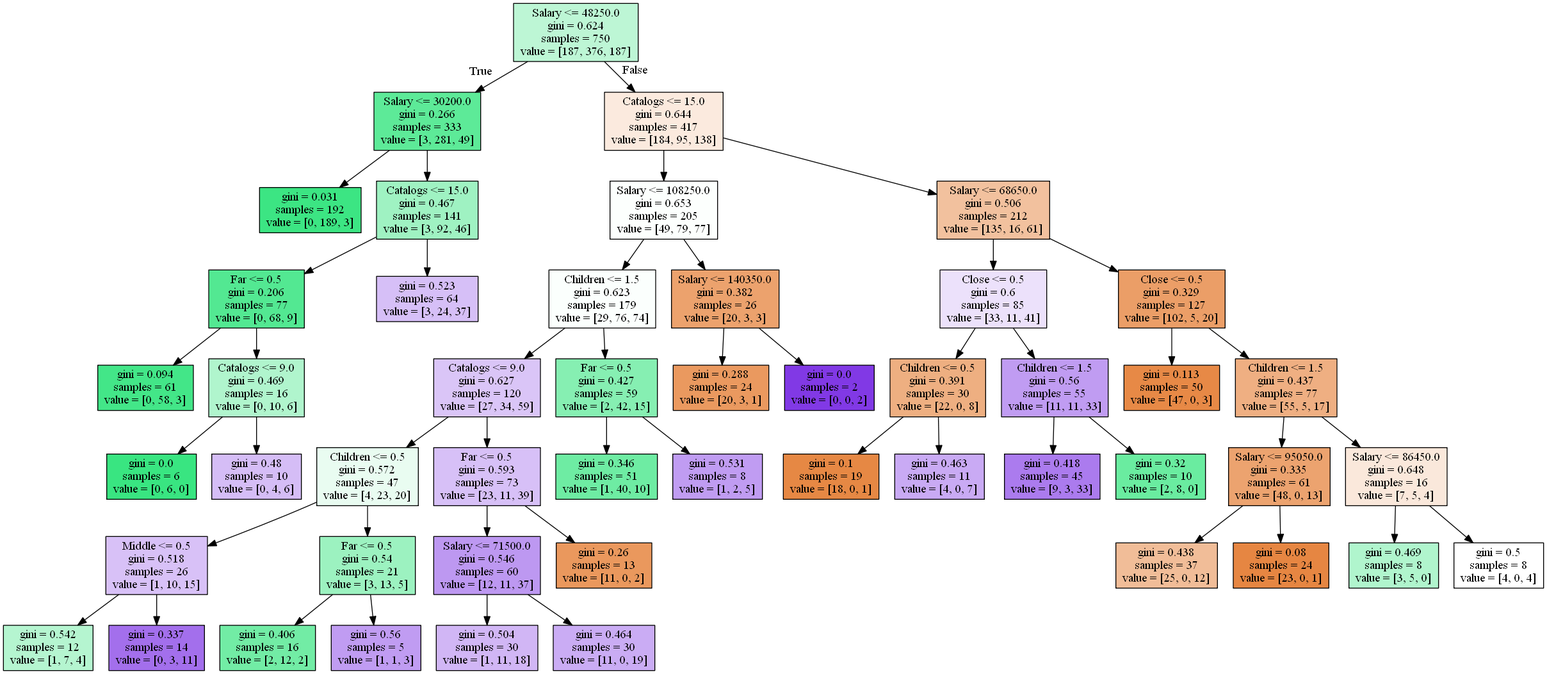
Above: tree.png in cvibanez/dsc630Project (Graphviz), before the change. Its source is kept beside it as tree.dot. The source it was exported from:
```dot
digraph Tree {
node [shape=box, style="filled", color="black"] ;
0 [label="Salary <= 48250.0\ngini = 0.624\nsamples = 750\nvalue = [187, 376, 187]", fillcolor="#bdf6d5"] ;
1 [label="Salary <= 30200.0\ngini = 0.266\nsamples = 333\nvalue = [3, 281, 49]", fillcolor="#5dea98"] ;
0 -> 1 [labeldistance=2.5, labelangle=45, headlabel="True"] ;
5 [label="gini = 0.031\nsamples = 192\nvalue = [0, 189, 3]", fillcolor="#3ce583"] ;
1 -> 5 ;
6 [label="Catalogs <= 15.0\ngini = 0.467\nsamples = 141\nvalue = [3, 92, 46]", fillcolor="#9ff2c2"] ;
1 -> 6 ;
7 [label="Far <= 0.5\ngini = 0.206\nsamples = 77\nvalue = [0, 68, 9]", fillcolor="#53e892"] ;
6 -> 7 ;
31 [label="gini = 0.094\nsamples = 61\nvalue = [0, 58, 3]", fillcolor="#43e688"] ;
7 -> 31 ;
32 [label="Catalogs <= 9.0\ngini = 0.469\nsamples = 16\nvalue = [0, 10, 6]", fillcolor="#b0f5cd"] ;
7 -> 32 ;
33 [label="gini = 0.0\nsamples = 6\nvalue = [0, 6, 0]", fillcolor="#39e581"] ;
32 -> 33 ;
34 [label="gini = 0.48\nsamples = 10\nvalue = [0, 4, 6]", fillcolor="#d5bdf6"] ;
32 -> 34 ;
8 [label="gini = 0.523\nsamples = 64\nvalue = [3, 24, 37]", fillcolor="#d6bff7"] ;
6 -> 8 ;
2 [label="Catalogs <= 15.0\ngini = 0.644\nsamples = 417\nvalue = [184, 95, 138]", fillcolor="#fbeade"] ;
0 -> 2 [labeldistance=2.5, labelangle=-45, headlabel="False"] ;
3 [label="Salary <= 108250.0\ngini = 0.653\nsamples = 205\nvalue = [49, 79, 77]", fillcolor="#fcfffd"] ;
2 -> 3 ;
11 [label="Children <= 1.5\ngini = 0.623\nsamples = 179\nvalue = [29, 76, 74]", fillcolor="#fbfffd"] ;
3 -> 11 ;
13 [label="Catalogs <= 9.0\ngini = 0.627\nsamples = 120\nvalue = [27, 34, 59]", fillcolor="#dac5f7"] ;
11 -> 13 ;
19 [label="Children <= 0.5\ngini = 0.572\nsamples = 47\nvalue = [4, 23, 20]", fillcolor="#e9fcf1"] ;
13 -> 19 ;
43 [label="Middle <= 0.5\ngini = 0.518\nsamples = 26\nvalue = [1, 10, 15]", fillcolor="#d8c1f7"] ;
19 -> 43 ;
45 [label="gini = 0.542\nsamples = 12\nvalue = [1, 7, 4]", fillcolor="#b5f5d0"] ;
43 -> 45 ;
46 [label="gini = 0.337\nsamples = 14\nvalue = [0, 3, 11]", fillcolor="#a36fec"] ;
43 -> 46 ;
44 [label="Far <= 0.5\ngini = 0.54\nsamples = 21\nvalue = [3, 13, 5]", fillcolor="#9cf2c0"] ;
19 -> 44 ;
47 [label="gini = 0.406\nsamples = 16\nvalue = [2, 12, 2]", fillcolor="#72eca5"] ;
44 -> 47 ;
48 [label="gini = 0.56\nsamples = 5\nvalue = [1, 1, 3]", fillcolor="#c09cf2"] ;
44 -> 48 ;
20 [label="Far <= 0.5\ngini = 0.593\nsamples = 73\nvalue = [23, 11, 39]", fillcolor="#d7c0f7"] ;
13 -> 20 ;
21 [label="Salary <= 71500.0\ngini = 0.546\nsamples = 60\nvalue = [12, 11, 37]", fillcolor="#bd98f1"] ;
20 -> 21 ;
25 [label="gini = 0.504\nsamples = 30\nvalue = [1, 11, 18]", fillcolor="#d1b6f5"] ;
21 -> 25 ;
26 [label="gini = 0.464\nsamples = 30\nvalue = [11, 0, 19]", fillcolor="#caacf4"] ;
21 -> 26 ;
22 [label="gini = 0.26\nsamples = 13\nvalue = [11, 0, 2]", fillcolor="#ea985d"] ;
20 -> 22 ;
14 [label="Far <= 0.5\ngini = 0.427\nsamples = 59\nvalue = [2, 42, 15]", fillcolor="#86efb2"] ;
11 -> 14 ;
27 [label="gini = 0.346\nsamples = 51\nvalue = [1, 40, 10]", fillcolor="#6eeca3"] ;
14 -> 27 ;
28 [label="gini = 0.531\nsamples = 8\nvalue = [1, 2, 5]", fillcolor="#c09cf2"] ;
14 -> 28 ;
12 [label="Salary <= 140350.0\ngini = 0.382\nsamples = 26\nvalue = [20, 3, 3]", fillcolor="#eca26d"] ;
3 -> 12 ;
29 [label="gini = 0.288\nsamples = 24\nvalue = [20, 3, 1]", fillcolor="#ea995f"] ;
12 -> 29 ;
30 [label="gini = 0.0\nsamples = 2\nvalue = [0, 0, 2]", fillcolor="#8139e5"] ;
12 -> 30 ;
4 [label="Salary <= 68650.0\ngini = 0.506\nsamples = 212\nvalue = [135, 16, 61]", fillcolor="#f2c19e"] ;
2 -> 4 ;
9 [label="Close <= 0.5\ngini = 0.6\nsamples = 85\nvalue = [33, 11, 41]", fillcolor="#ece1fb"] ;
4 -> 9 ;
15 [label="Children <= 0.5\ngini = 0.391\nsamples = 30\nvalue = [22, 0, 8]", fillcolor="#eeaf81"] ;
9 -> 15 ;
23 [label="gini = 0.1\nsamples = 19\nvalue = [18, 0, 1]", fillcolor="#e68844"] ;
15 -> 23 ;
24 [label="gini = 0.463\nsamples = 11\nvalue = [4, 0, 7]", fillcolor="#c9aaf4"] ;
15 -> 24 ;
16 [label="Children <= 1.5\ngini = 0.56\nsamples = 55\nvalue = [11, 11, 33]", fillcolor="#c09cf2"] ;
9 -> 16 ;
17 [label="gini = 0.418\nsamples = 45\nvalue = [9, 3, 33]", fillcolor="#ab7bee"] ;
16 -> 17 ;
18 [label="gini = 0.32\nsamples = 10\nvalue = [2, 8, 0]", fillcolor="#6aeca0"] ;
16 -> 18 ;
10 [label="Close <= 0.5\ngini = 0.329\nsamples = 127\nvalue = [102, 5, 20]", fillcolor="#eb9e67"] ;
4 -> 10 ;
35 [label="gini = 0.113\nsamples = 50\nvalue = [47, 0, 3]", fillcolor="#e78946"] ;
10 -> 35 ;
36 [label="Children <= 1.5\ngini = 0.437\nsamples = 77\nvalue = [55, 5, 17]", fillcolor="#efaf82"] ;
10 -> 36 ;
37 [label="Salary <= 95050.0\ngini = 0.335\nsamples = 61\nvalue = [48, 0, 13]", fillcolor="#eca36f"] ;
36 -> 37 ;
41 [label="gini = 0.438\nsamples = 37\nvalue = [25, 0, 12]", fillcolor="#f1bd98"] ;
37 -> 41 ;
42 [label="gini = 0.08\nsamples = 24\nvalue = [23, 0, 1]", fillcolor="#e68642"] ;
37 -> 42 ;
38 [label="Salary <= 86450.0\ngini = 0.648\nsamples = 16\nvalue = [7, 5, 4]", fillcolor="#fae8db"] ;
36 -> 38 ;
39 [label="gini = 0.469\nsamples = 8\nvalue = [3, 5, 0]", fillcolor="#b0f5cd"] ;
38 -> 39 ;
40 [label="gini = 0.5\nsamples = 8\nvalue = [4, 0, 4]", fillcolor="#ffffff"] ;
38 -> 40 ;
}
```
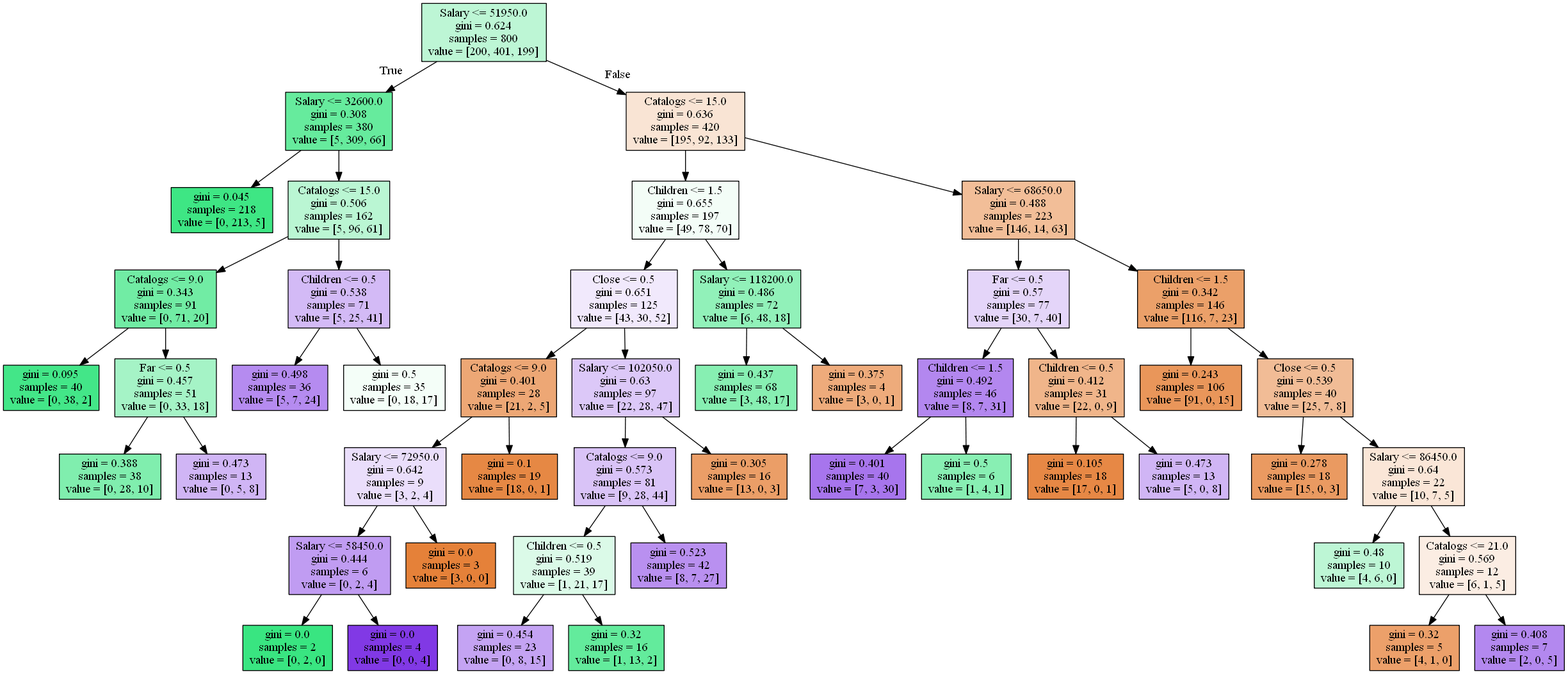
After the change.

Change to the diagram source:
```diff
@@ -1,100 +1,100 @@
 digraph Tree {
 node [shape=box, style="filled", color="black"] ;
-0 [label="Salary <= 48250.0\ngini = 0.624\nsamples = 750\nvalue = [187, 376, 187]", fillcolor="#bdf6d5"] ;
-1 [label="Salary <= 30200.0\ngini = 0.266\nsamples = 333\nvalue = [3, 281, 49]", fillcolor="#5dea98"] ;
+0 [label="Salary <= 51950.0\ngini = 0.624\nsamples = 800\nvalue = [200, 401, 199]", fillcolor="#bdf6d5"] ;
+1 [label="Salary <= 32600.0\ngini = 0.308\nsamples = 380\nvalue = [5, 309, 66]", fillcolor="#66eb9d"] ;
 0 -> 1 [labeldistance=2.5, labelangle=45, headlabel="True"] ;
-5 [label="gini = 0.031\nsamples = 192\nvalue = [0, 189, 3]", fillcolor="#3ce583"] ;
+5 [label="gini = 0.045\nsamples = 218\nvalue = [0, 213, 5]", fillcolor="#3ee684"] ;
 1 -> 5 ;
-6 [label="Catalogs <= 15.0\ngini = 0.467\nsamples = 141\nvalue = [3, 92, 46]", fillcolor="#9ff2c2"] ;
+6 [label="Catalogs <= 15.0\ngini = 0.506\nsamples = 162\nvalue = [5, 96, 61]", fillcolor="#baf6d3"] ;
 1 -> 6 ;
-7 [label="Far <= 0.5\ngini = 0.206\nsamples = 77\nvalue = [0, 68, 9]", fillcolor="#53e892"] ;
-6 -> 7 ;
-31 [label="gini = 0.094\nsamples = 61\nvalue = [0, 58, 3]", fillcolor="#43e688"] ;
-7 -> 31 ;
-32 [label="Catalogs <= 9.0\ngini = 0.469\nsamples = 16\nvalue = [0, 10, 6]", fillcolor="#b0f5cd"] ;
-7 -> 32 ;
-33 [label="gini = 0.0\nsamples = 6\nvalue = [0, 6, 0]", fillcolor="#39e581"] ;
-32 -> 33 ;
-34 [label="gini = 0.48\nsamples = 10\nvalue = [0, 4, 6]", fillcolor="#d5bdf6"] ;
-32 -> 34 ;
-8 [label="gini = 0.523\nsamples = 64\nvalue = [3, 24, 37]", fillcolor="#d6bff7"] ;
-6 -> 8 ;
-2 [label="Catalogs <= 15.0\ngini = 0.644\nsamples = 417\nvalue = [184, 95, 138]", fillcolor="#fbeade"] ;
+11 [label="Catalogs <= 9.0\ngini = 0.343\nsamples = 91\nvalue = [0, 71, 20]", fillcolor="#71eca4"] ;
+6 -> 11 ;
+25 [label="gini = 0.095\nsamples = 40\nvalue = [0, 38, 2]", fillcolor="#43e688"] ;
+11 -> 25 ;
+26 [label="Far <= 0.5\ngini = 0.457\nsamples = 51\nvalue = [0, 33, 18]", fillcolor="#a5f3c6"] ;
+11 -> 26 ;
+45 [label="gini = 0.388\nsamples = 38\nvalue = [0, 28, 10]", fillcolor="#80eeae"] ;
+26 -> 45 ;
+46 [label="gini = 0.473\nsamples = 13\nvalue = [0, 5, 8]", fillcolor="#d0b5f5"] ;
+26 -> 46 ;
+12 [label="Children <= 0.5\ngini = 0.538\nsamples = 71\nvalue = [5, 25, 41]", fillcolor="#d3baf6"] ;
+6 -> 12 ;
+35 [label="gini = 0.498\nsamples = 36\nvalue = [5, 7, 24]", fillcolor="#b58bf0"] ;
+12 -> 35 ;
+36 [label="gini = 0.5\nsamples = 35\nvalue = [0, 18, 17]", fillcolor="#f4fef8"] ;
+12 -> 36 ;
+2 [label="Catalogs <= 15.0\ngini = 0.636\nsamples = 420\nvalue = [195, 92, 133]", fillcolor="#f9e4d4"] ;
 0 -> 2 [labeldistance=2.5, labelangle=-45, headlabel="False"] ;
-3 [label="Salary <= 108250.0\ngini = 0.653\nsamples = 205\nvalue = [49, 79, 77]", fillcolor="#fcfffd"] ;
+3 [label="Children <= 1.5\ngini = 0.655\nsamples = 197\nvalue = [49, 78, 70]", fillcolor="#f3fdf7"] ;
 2 -> 3 ;
-11 [label="Children <= 1.5\ngini = 0.623\nsamples = 179\nvalue = [29, 76, 74]", fillcolor="#fbfffd"] ;
-3 -> 11 ;
-13 [label="Catalogs <= 9.0\ngini = 0.627\nsamples = 120\nvalue = [27, 34, 59]", fillcolor="#dac5f7"] ;
-11 -> 13 ;
-19 [label="Children <= 0.5\ngini = 0.572\nsamples = 47\nvalue = [4, 23, 20]", fillcolor="#e9fcf1"] ;
-13 -> 19 ;
-43 [label="Middle <= 0.5\ngini = 0.518\nsamples = 26\nvalue = [1, 10, 15]", fillcolor="#d8c1f7"] ;
-19 -> 43 ;
-45 [label="gini = 0.542\nsamples = 12\nvalue = [1, 7, 4]", fillcolor="#b5f5d0"] ;
-43 -> 45 ;
-46 [label="gini = 0.337\nsamples = 14\nvalue = [0, 3, 11]", fillcolor="#a36fec"] ;
-43 -> 46 ;
-44 [label="Far <= 0.5\ngini = 0.54\nsamples = 21\nvalue = [3, 13, 5]", fillcolor="#9cf2c0"] ;
-19 -> 44 ;
-47 [label="gini = 0.406\nsamples = 16\nvalue = [2, 12, 2]", fillcolor="#72eca5"] ;
+9 [label="Close <= 0.5\ngini = 0.651\nsamples = 125\nvalue = [43, 30, 52]", fillcolor="#f1e9fc"] ;
+3 -> 9 ;
+13 [label="Catalogs <= 9.0\ngini = 0.401\nsamples = 28\nvalue = [21, 2, 5]", fillcolor="#eda775"] ;
+9 -> 13 ;
+31 [label="Salary <= 72950.0\ngini = 0.642\nsamples = 9\nvalue = [3, 2, 4]", fillcolor="#eadefb"] ;
+13 -> 31 ;
+33 [label="Salary <= 58450.0\ngini = 0.444\nsamples = 6\nvalue = [0, 2, 4]", fillcolor="#c09cf2"] ;
+31 -> 33 ;
+37 [label="gini = 0.0\nsamples = 2\nvalue = [0, 2, 0]", fillcolor="#39e581"] ;
+33 -> 37 ;
+38 [label="gini = 0.0\nsamples = 4\nvalue = [0, 0, 4]", fillcolor="#8139e5"] ;
+33 -> 38 ;
+34 [label="gini = 0.0\nsamples = 3\nvalue = [3, 0, 0]", fillcolor="#e58139"] ;
+31 -> 34 ;
+32 [label="gini = 0.1\nsamples = 19\nvalue = [18, 0, 1]", fillcolor="#e68844"] ;
+13 -> 32 ;
+14 [label="Salary <= 102050.0\ngini = 0.63\nsamples = 97\nvalue = [22, 28, 47]", fillcolor="#dcc8f8"] ;
+9 -> 14 ;
+15 [label="Catalogs <= 9.0\ngini = 0.573\nsamples = 81\nvalue = [9, 28, 44]", fillcolor="#d9c3f7"] ;
+14 -> 15 ;
+21 [label="Children <= 0.5\ngini = 0.519\nsamples = 39\nvalue = [1, 21, 17]", fillcolor="#dbfae8"] ;
+15 -> 21 ;
+23 [label="gini = 0.454\nsamples = 23\nvalue = [0, 8, 15]", fillcolor="#c4a3f3"] ;
+21 -> 23 ;
+24 [label="gini = 0.32\nsamples = 16\nvalue = [1, 13, 2]", fillcolor="#63eb9c"] ;
+21 -> 24 ;
+22 [label="gini = 0.523\nsamples = 42\nvalue = [8, 7, 27]", fillcolor="#b990f0"] ;
+15 -> 22 ;
+16 [label="gini = 0.305\nsamples = 16\nvalue = [13, 0, 3]", fillcolor="#eb9e67"] ;
+14 -> 16 ;
+10 [label="Salary <= 118200.0\ngini = 0.486\nsamples = 72\nvalue = [6, 48, 18]", fillcolor="#91f1b9"] ;
+3 -> 10 ;
+27 [label="gini = 0.437\nsamples = 68\nvalue = [3, 48, 17]", fillcolor="#87efb2"] ;
+10 -> 27 ;
+28 [label="gini = 0.375\nsamples = 4\nvalue = [3, 0, 1]", fillcolor="#eeab7b"] ;
+10 -> 28 ;
+4 [label="Salary <= 68650.0\ngini = 0.488\nsamples = 223\nvalue = [146, 14, 63]", fillcolor="#f2be98"] ;
+2 -> 4 ;
+7 [label="Far <= 0.5\ngini = 0.57\nsamples = 77\nvalue = [30, 7, 40]", fillcolor="#e4d5f9"] ;
+4 -> 7 ;
+17 [label="Children <= 1.5\ngini = 0.492\nsamples = 46\nvalue = [8, 7, 31]", fillcolor="#b387ef"] ;
+7 -> 17 ;
+29 [label="gini = 0.401\nsamples = 40\nvalue = [7, 3, 30]", fillcolor="#a775ed"] ;
+17 -> 29 ;
+30 [label="gini = 0.5\nsamples = 6\nvalue = [1, 4, 1]", fillcolor="#88efb3"] ;
+17 -> 30 ;
+18 [label="Children <= 0.5\ngini = 0.412\nsamples = 31\nvalue = [22, 0, 9]", fillcolor="#f0b58a"] ;
+7 -> 18 ;
+19 [label="gini = 0.105\nsamples = 18\nvalue = [17, 0, 1]", fillcolor="#e78845"] ;
+18 -> 19 ;
+20 [label="gini = 0.473\nsamples = 13\nvalue = [5, 0, 8]", fillcolor="#d0b5f5"] ;
+18 -> 20 ;
+8 [label="Children <= 1.5\ngini = 0.342\nsamples = 146\nvalue = [116, 7, 23]", fillcolor="#eba069"] ;
+4 -> 8 ;
+39 [label="gini = 0.243\nsamples = 106\nvalue = [91, 0, 15]", fillcolor="#e9965a"] ;
+8 -> 39 ;
+40 [label="Close <= 0.5\ngini = 0.539\nsamples = 40\nvalue = [25, 7, 8]", fillcolor="#f1bc96"] ;
+8 -> 40 ;
+41 [label="gini = 0.278\nsamples = 18\nvalue = [15, 0, 3]", fillcolor="#ea9a61"] ;
+40 -> 41 ;
+42 [label="Salary <= 86450.0\ngini = 0.64\nsamples = 22\nvalue = [10, 7, 5]", fillcolor="#fae6d7"] ;
+40 -> 42 ;
+43 [label="gini = 0.48\nsamples = 10\nvalue = [4, 6, 0]", fillcolor="#bdf6d5"] ;
+42 -> 43 ;
+44 [label="Catalogs <= 21.0\ngini = 0.569\nsamples = 12\nvalue = [6, 1, 5]", fillcolor="#fbede3"] ;
+42 -> 44 ;
+47 [label="gini = 0.32\nsamples = 5\nvalue = [4, 1, 0]", fillcolor="#eca06a"] ;
 44 -> 47 ;
-48 [label="gini = 0.56\nsamples = 5\nvalue = [1, 1, 3]", fillcolor="#c09cf2"] ;
+48 [label="gini = 0.408\nsamples = 7\nvalue = [2, 0, 5]", fillcolor="#b388ef"] ;
 44 -> 48 ;
-20 [label="Far <= 0.5\ngini = 0.593\nsamples = 73\nvalue = [23, 11, 39]", fillcolor="#d7c0f7"] ;
-13 -> 20 ;
-21 [label="Salary <= 71500.0\ngini = 0.546\nsamples = 60\nvalue = [12, 11, 37]", fillcolor="#bd98f1"] ;
-20 -> 21 ;
-25 [label="gini = 0.504\nsamples = 30\nvalue = [1, 11, 18]", fillcolor="#d1b6f5"] ;
-21 -> 25 ;
-26 [label="gini = 0.464\nsamples = 30\nvalue = [11, 0, 19]", fillcolor="#caacf4"] ;
-21 -> 26 ;
-22 [label="gini = 0.26\nsamples = 13\nvalue = [11, 0, 2]", fillcolor="#ea985d"] ;
-20 -> 22 ;
-14 [label="Far <= 0.5\ngini = 0.427\nsamples = 59\nvalue = [2, 42, 15]", fillcolor="#86efb2"] ;
-11 -> 14 ;
-27 [label="gini = 0.346\nsamples = 51\nvalue = [1, 40, 10]", fillcolor="#6eeca3"] ;
-14 -> 27 ;
-28 [label="gini = 0.531\nsamples = 8\nvalue = [1, 2, 5]", fillcolor="#c09cf2"] ;
-14 -> 28 ;
-12 [label="Salary <= 140350.0\ngini = 0.382\nsamples = 26\nvalue = [20, 3, 3]", fillcolor="#eca26d"] ;
-3 -> 12 ;
-29 [label="gini = 0.288\nsamples = 24\nvalue = [20, 3, 1]", fillcolor="#ea995f"] ;
-12 -> 29 ;
-30 [label="gini = 0.0\nsamples = 2\nvalue = [0, 0, 2]", fillcolor="#8139e5"] ;
-12 -> 30 ;
-4 [label="Salary <= 68650.0\ngini = 0.506\nsamples = 212\nvalue = [135, 16, 61]", fillcolor="#f2c19e"] ;
-2 -> 4 ;
-9 [label="Close <= 0.5\ngini = 0.6\nsamples = 85\nvalue = [33, 11, 41]", fillcolor="#ece1fb"] ;
-4 -> 9 ;
-15 [label="Children <= 0.5\ngini = 0.391\nsamples = 30\nvalue = [22, 0, 8]", fillcolor="#eeaf81"] ;
-9 -> 15 ;
-23 [label="gini = 0.1\nsamples = 19\nvalue = [18, 0, 1]", fillcolor="#e68844"] ;
-15 -> 23 ;
-24 [label="gini = 0.463\nsamples = 11\nvalue = [4, 0, 7]", fillcolor="#c9aaf4"] ;
-15 -> 24 ;
-16 [label="Children <= 1.5\ngini = 0.56\nsamples = 55\nvalue = [11, 11, 33]", fillcolor="#c09cf2"] ;
-9 -> 16 ;
-17 [label="gini = 0.418\nsamples = 45\nvalue = [9, 3, 33]", fillcolor="#ab7bee"] ;
-16 -> 17 ;
-18 [label="gini = 0.32\nsamples = 10\nvalue = [2, 8, 0]", fillcolor="#6aeca0"] ;
-16 -> 18 ;
-10 [label="Close <= 0.5\ngini = 0.329\nsamples = 127\nvalue = [102, 5, 20]", fillcolor="#eb9e67"] ;
-4 -> 10 ;
-35 [label="gini = 0.113\nsamples = 50\nvalue = [47, 0, 3]", fillcolor="#e78946"] ;
-10 -> 35 ;
-36 [label="Children <= 1.5\ngini = 0.437\nsamples = 77\nvalue = [55, 5, 17]", fillcolor="#efaf82"] ;
-10 -> 36 ;
-37 [label="Salary <= 95050.0\ngini = 0.335\nsamples = 61\nvalue = [48, 0, 13]", fillcolor="#eca36f"] ;
-36 -> 37 ;
-41 [label="gini = 0.438\nsamples = 37\nvalue = [25, 0, 12]", fillcolor="#f1bd98"] ;
-37 -> 41 ;
-42 [label="gini = 0.08\nsamples = 24\nvalue = [23, 0, 1]", fillcolor="#e68642"] ;
-37 -> 42 ;
-38 [label="Salary <= 86450.0\ngini = 0.648\nsamples = 16\nvalue = [7, 5, 4]", fillcolor="#fae8db"] ;
-36 -> 38 ;
-39 [label="gini = 0.469\nsamples = 8\nvalue = [3, 5, 0]", fillcolor="#b0f5cd"] ;
-38 -> 39 ;
-40 [label="gini = 0.5\nsamples = 8\nvalue = [4, 0, 4]", fillcolor="#ffffff"] ;
-38 -> 40 ;
 }
```
